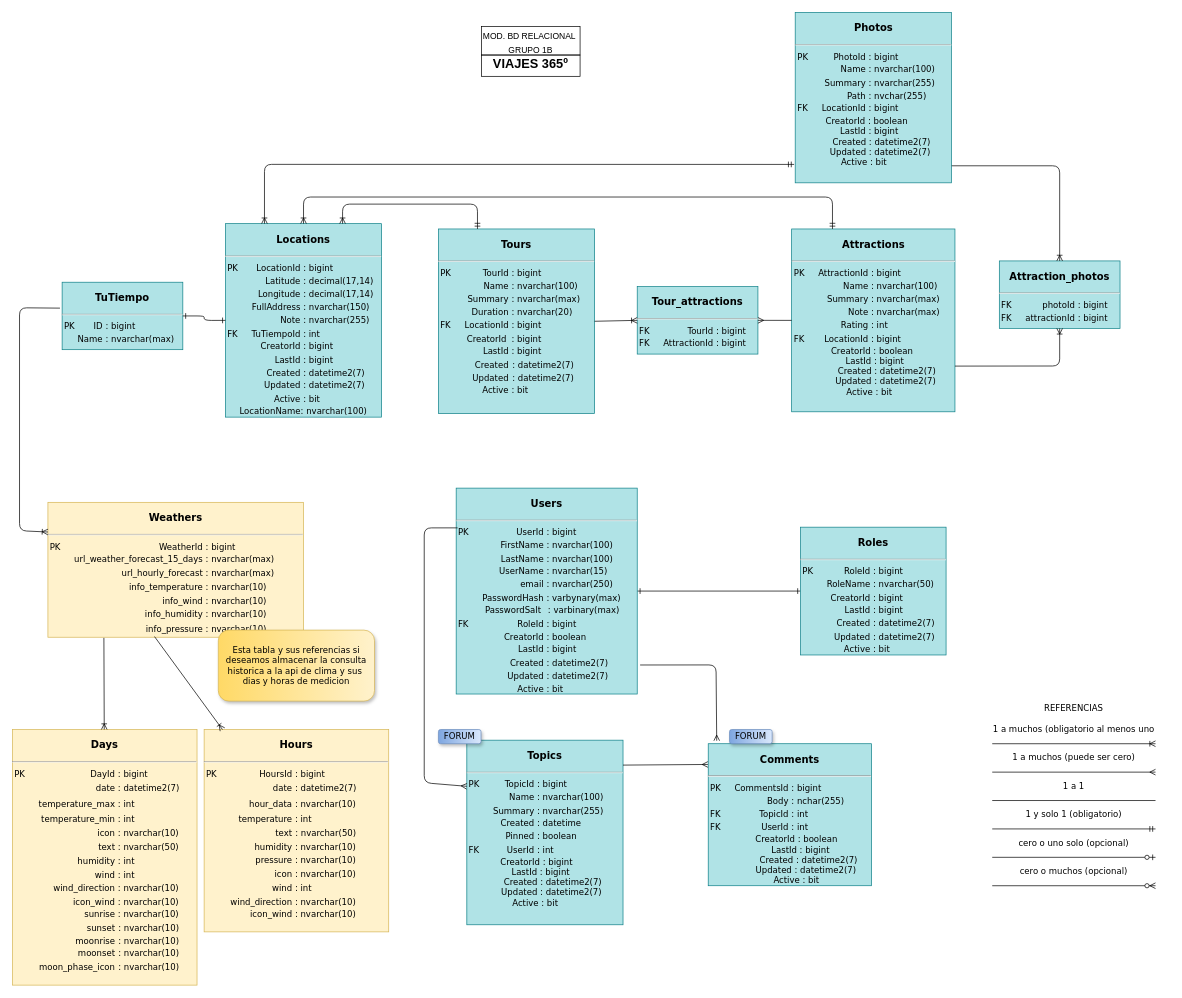
Above: viajes365-documentos/G1BS2_Viajes365_modelo_bd_relacional.drawio in classroomEntreRios/proyecto-g1b-proyecto-g1b (draw.io), before the change. Source tidied: cells renumbered, new cells numbered last; positions are measured from the earlier drawing's top-left corner, leaving out a move shared by most shapes. Both pictures are drawn from the tidied source at 71%, with x=0, y=0 at pixel (12, 12).
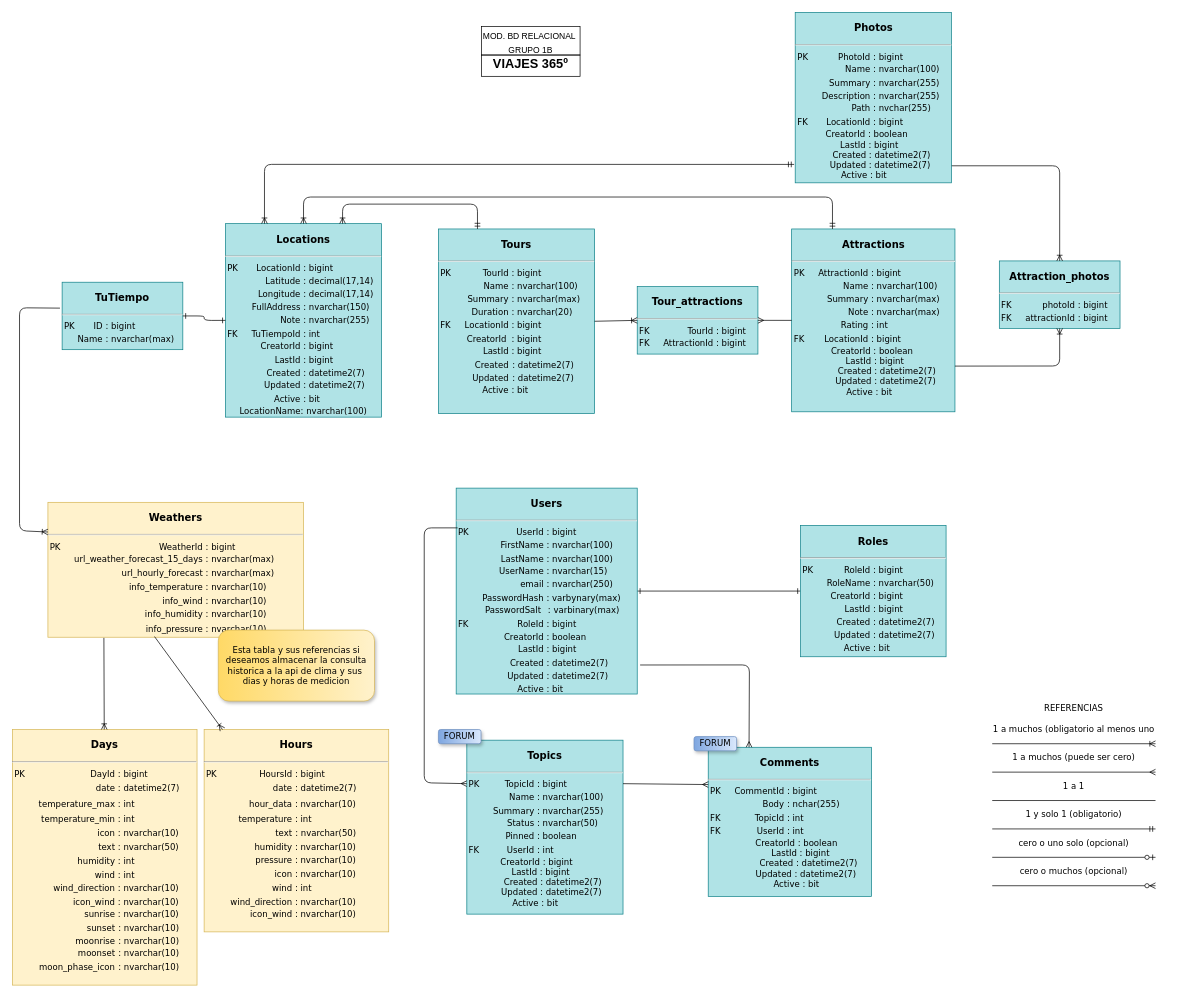
Above is the later version.

The change refers to these unchanged cells:
```xml
<mxCell id="3" value="&lt;p style=&quot;box-sizing: border-box ; width: 100% ; padding: 2px&quot;&gt;&lt;b&gt;&lt;font style=&quot;font-size: 14px&quot;&gt;Users&lt;/font&gt;&lt;/b&gt;&lt;/p&gt;&lt;hr&gt;&lt;table&gt;&lt;tbody&gt;&lt;tr&gt;&lt;td style=&quot;text-align: right ; border-collapse: collapse&quot;&gt;PK&amp;nbsp; &amp;nbsp;&amp;nbsp;&lt;/td&gt;&lt;td style=&quot;text-align: right&quot;&gt;UserId&lt;/td&gt;&lt;td style=&quot;text-align: left&quot;&gt;: bigint&lt;/td&gt;&lt;/tr&gt;&lt;tr&gt;&lt;td&gt;&lt;br&gt;&lt;/td&gt;&lt;td style=&quot;text-align: right&quot;&gt;FirstName&lt;/td&gt;&lt;td style=&quot;text-align: left&quot;&gt;: nvarchar(100)&lt;/td&gt;&lt;/tr&gt;&lt;tr&gt;&lt;td&gt;&lt;br&gt;&lt;/td&gt;&lt;td style=&quot;text-align: right&quot;&gt;LastName&lt;/td&gt;&lt;td style=&quot;text-align: left&quot;&gt;: nvarchar(100)&lt;/td&gt;&lt;/tr&gt;&lt;tr&gt;&lt;td&gt;&lt;br&gt;&lt;/td&gt;&lt;td style=&quot;text-align: right&quot;&gt;UserName&lt;/td&gt;&lt;td style=&quot;text-align: left&quot;&gt;: nvarchar(15)&lt;/td&gt;&lt;/tr&gt;&lt;tr&gt;&lt;td&gt;&lt;br&gt;&lt;/td&gt;&lt;td style=&quot;text-align: right&quot;&gt;email&lt;/td&gt;&lt;td style=&quot;text-align: left&quot;&gt;: nvarchar(250)&lt;/td&gt;&lt;/tr&gt;&lt;tr&gt;&lt;td&gt;&lt;br&gt;&lt;/td&gt;&lt;td&gt;PasswordHash&lt;/td&gt;&lt;td&gt;: varbynary(max)&lt;/td&gt;&lt;/tr&gt;&lt;tr&gt;&lt;td&gt;&lt;br&gt;&lt;/td&gt;&lt;td&gt;PasswordSalt&lt;/td&gt;&lt;td&gt;: varbinary(max)&lt;/td&gt;&lt;/tr&gt;&lt;tr&gt;&lt;td style=&quot;text-align: left&quot;&gt;FK&lt;/td&gt;&lt;td style=&quot;text-align: right&quot;&gt;RoleId&lt;/td&gt;&lt;td style=&quot;text-align: left&quot;&gt;: bigint&lt;/td&gt;&lt;/tr&gt;&lt;tr&gt;&lt;td&gt;&lt;br&gt;&lt;/td&gt;&lt;td style=&quot;text-align: right&quot;&gt;CreatorId&lt;/td&gt;&lt;td style=&quot;text-align: left&quot;&gt;: boolean&lt;/td&gt;&lt;/tr&gt;&lt;tr&gt;&lt;td style=&quot;text-align: left&quot;&gt;&lt;br&gt;&lt;/td&gt;&lt;td style=&quot;text-align: right&quot;&gt;LastId&lt;/td&gt;&lt;td style=&quot;text-align: left&quot;&gt;: bigint&lt;/td&gt;&lt;/tr&gt;&lt;tr&gt;&lt;td&gt;&lt;br&gt;&lt;/td&gt;&lt;td style=&quot;text-align: right&quot;&gt;Created&lt;/td&gt;&lt;td style=&quot;text-align: left&quot;&gt;: datetime2(7)&lt;/td&gt;&lt;/tr&gt;&lt;tr&gt;&lt;td&gt;&lt;br&gt;&lt;/td&gt;&lt;td style=&quot;text-align: right&quot;&gt;Updated&lt;/td&gt;&lt;td style=&quot;text-align: left&quot;&gt;: datetime2(7)&lt;/td&gt;&lt;/tr&gt;&lt;tr&gt;&lt;td&gt;&lt;br&gt;&lt;/td&gt;&lt;td style=&quot;text-align: right&quot;&gt;Active&lt;/td&gt;&lt;td style=&quot;text-align: left&quot;&gt;: bit&lt;/td&gt;&lt;/tr&gt;&lt;/tbody&gt;&lt;/table&gt;" style="verticalAlign=top;align=center;overflow=fill;html=1;rounded=0;shadow=0;comic=0;labelBackgroundColor=none;strokeWidth=1;fontFamily=Verdana;fontSize=12;glass=0;sketch=0;fillColor=#b0e3e6;strokeColor=#0e8088;" parent="1" vertex="1">
  <mxGeometry x="625" y="670" width="255" height="290" as="geometry" />
</mxCell>
```

What changed in the source:
```diff
@@
     <mxCell id="4" value="&lt;p style=&quot;box-sizing: border-box ; width: 100% ; padding: 2px&quot;&gt;&lt;span style=&quot;font-size: 14px&quot;&gt;&lt;b&gt;Roles&lt;/b&gt;&lt;/span&gt;&lt;/p&gt;&lt;hr&gt;&lt;table&gt;&lt;tbody&gt;&lt;tr&gt;&lt;td style=&quot;text-align: right ; border-collapse: collapse&quot;&gt;PK&amp;nbsp; &amp;nbsp;&amp;nbsp;&lt;/td&gt;&lt;td style=&quot;text-align: right&quot;&gt;RoleId&lt;/td&gt;&lt;td style=&quot;text-align: left&quot;&gt;: bigint&lt;/td&gt;&lt;/tr&gt;&lt;tr&gt;&lt;td&gt;&lt;br&gt;&lt;/td&gt;&lt;td style=&quot;text-align: right&quot;&gt;RoleName&lt;/td&gt;&lt;td style=&quot;text-align: left&quot;&gt;: nvarchar(50)&lt;/td&gt;&lt;/tr&gt;&lt;tr&gt;&lt;td&gt;&lt;br&gt;&lt;/td&gt;&lt;td style=&quot;text-align: right&quot;&gt;CreatorId&lt;/td&gt;&lt;td style=&quot;text-align: left&quot;&gt;: bigint&lt;/td&gt;&lt;/tr&gt;&lt;tr&gt;&lt;td&gt;&lt;br&gt;&lt;/td&gt;&lt;td style=&quot;text-align: right&quot;&gt;LastId&lt;/td&gt;&lt;td style=&quot;text-align: left&quot;&gt;: bigint&lt;/td&gt;&lt;/tr&gt;&lt;tr&gt;&lt;td&gt;&lt;br&gt;&lt;/td&gt;&lt;td style=&quot;text-align: right&quot;&gt;Created&lt;/td&gt;&lt;td&gt;: datetime2(7)&lt;/td&gt;&lt;/tr&gt;&lt;tr&gt;&lt;td&gt;&lt;br&gt;&lt;/td&gt;&lt;td style=&quot;text-align: right&quot;&gt;Updated&lt;/td&gt;&lt;td&gt;: datetime2(7)&lt;/td&gt;&lt;/tr&gt;&lt;tr&gt;&lt;td&gt;&lt;br&gt;&lt;/td&gt;&lt;td style=&quot;text-align: right&quot;&gt;Active&lt;/td&gt;&lt;td style=&quot;text-align: left&quot;&gt;: bit&lt;/td&gt;&lt;/tr&gt;&lt;/tbody&gt;&lt;/table&gt;" style="verticalAlign=top;align=center;overflow=fill;html=1;rounded=0;shadow=0;comic=0;labelBackgroundColor=none;strokeWidth=1;fontFamily=Verdana;fontSize=12;glass=0;sketch=0;fillColor=#b0e3e6;strokeColor=#0e8088;" parent="1" vertex="1">
-      <mxGeometry x="1110" y="725" width="205" height="180" as="geometry" />
+      <mxGeometry x="1110" y="722.5" width="205" height="185" as="geometry" />
     </mxCell>
@@
-    <mxCell id="8" value="&lt;p style=&quot;box-sizing: border-box ; width: 100% ; padding: 2px&quot;&gt;&lt;span style=&quot;font-size: 14px&quot;&gt;&lt;b&gt;Photos&lt;/b&gt;&lt;/span&gt;&lt;/p&gt;&lt;hr&gt;&lt;table&gt;&lt;tbody&gt;&lt;tr&gt;&lt;td style=&quot;text-align: right ; border-collapse: collapse&quot;&gt;PK&amp;nbsp; &amp;nbsp;&amp;nbsp;&lt;/td&gt;&lt;td style=&quot;text-align: right&quot;&gt;PhotoId&lt;/td&gt;&lt;td style=&quot;text-align: left&quot;&gt;: bigint&lt;/td&gt;&lt;/tr&gt;&lt;tr&gt;&lt;td&gt;&lt;br&gt;&lt;/td&gt;&lt;td style=&quot;text-align: right&quot;&gt;Name&lt;/td&gt;&lt;td style=&quot;text-align: left&quot;&gt;: nvarchar(100)&lt;/td&gt;&lt;/tr&gt;&lt;tr&gt;&lt;td&gt;&lt;br&gt;&lt;/td&gt;&lt;td style=&quot;text-align: right&quot;&gt;Summary&lt;/td&gt;&lt;td&gt;: nvarchar(255)&lt;/td&gt;&lt;/tr&gt;&lt;tr&gt;&lt;td&gt;&lt;br&gt;&lt;/td&gt;&lt;td style=&quot;text-align: right&quot;&gt;Path&lt;/td&gt;&lt;td style=&quot;text-align: left&quot;&gt;: nvchar(255)&lt;/td&gt;&lt;/tr&gt;&lt;tr&gt;&lt;td style=&quot;text-align: left&quot;&gt;FK&lt;/td&gt;&lt;td style=&quot;text-align: right&quot;&gt;LocationId&lt;/td&gt;&lt;td style=&quot;text-align: left&quot;&gt;: bigint&lt;/td&gt;&lt;/tr&gt;&lt;/tbody&gt;&lt;/table&gt;&amp;nbsp;CreatorId : boolean&amp;nbsp; &amp;nbsp; &amp;nbsp;&amp;nbsp;&lt;br&gt;&amp;nbsp;LastId : bigint&amp;nbsp; &amp;nbsp;&amp;nbsp;&lt;br&gt;&amp;nbsp; &amp;nbsp; &amp;nbsp; Created : datetime2(7)&lt;br&gt;&amp;nbsp; &amp;nbsp; &amp;nbsp;Updated : datetime2(7)&lt;br&gt;Active : bit&amp;nbsp; &amp;nbsp; &amp;nbsp; &amp;nbsp;" style="verticalAlign=top;align=center;overflow=fill;html=1;rounded=0;shadow=0;comic=0;labelBackgroundColor=none;strokeWidth=1;fontFamily=Verdana;fontSize=12;glass=0;sketch=0;fillColor=#b0e3e6;strokeColor=#0e8088;" parent="1" vertex="1">
+    <mxCell id="8" value="&lt;p style=&quot;box-sizing: border-box ; width: 100% ; padding: 2px&quot;&gt;&lt;span style=&quot;font-size: 14px&quot;&gt;&lt;b&gt;Photos&lt;/b&gt;&lt;/span&gt;&lt;/p&gt;&lt;hr&gt;&lt;table&gt;&lt;tbody&gt;&lt;tr&gt;&lt;td style=&quot;text-align: right ; border-collapse: collapse&quot;&gt;PK&amp;nbsp; &amp;nbsp;&amp;nbsp;&lt;/td&gt;&lt;td style=&quot;text-align: right&quot;&gt;PhotoId&lt;/td&gt;&lt;td style=&quot;text-align: left&quot;&gt;: bigint&lt;/td&gt;&lt;/tr&gt;&lt;tr&gt;&lt;td&gt;&lt;br&gt;&lt;/td&gt;&lt;td style=&quot;text-align: right&quot;&gt;Name&lt;/td&gt;&lt;td style=&quot;text-align: left&quot;&gt;: nvarchar(100)&lt;/td&gt;&lt;/tr&gt;&lt;tr&gt;&lt;td&gt;&lt;br&gt;&lt;/td&gt;&lt;td style=&quot;text-align: right&quot;&gt;Summary&lt;/td&gt;&lt;td&gt;: nvarchar(255)&lt;/td&gt;&lt;/tr&gt;&lt;tr&gt;&lt;td&gt;&lt;br&gt;&lt;/td&gt;&lt;td&gt;Description&lt;/td&gt;&lt;td style=&quot;text-align: left&quot;&gt;: nvarchar(255)&lt;/td&gt;&lt;/tr&gt;&lt;tr&gt;&lt;td&gt;&lt;br&gt;&lt;/td&gt;&lt;td style=&quot;text-align: right&quot;&gt;Path&lt;/td&gt;&lt;td style=&quot;text-align: left&quot;&gt;: nvchar(255)&lt;/td&gt;&lt;/tr&gt;&lt;tr&gt;&lt;td style=&quot;text-align: left&quot;&gt;FK&lt;/td&gt;&lt;td style=&quot;text-align: right&quot;&gt;LocationId&lt;/td&gt;&lt;td style=&quot;text-align: left&quot;&gt;: bigint&lt;/td&gt;&lt;/tr&gt;&lt;/tbody&gt;&lt;/table&gt;&amp;nbsp;CreatorId : boolean&amp;nbsp; &amp;nbsp; &amp;nbsp;&amp;nbsp;&lt;br&gt;&amp;nbsp;LastId : bigint&amp;nbsp; &amp;nbsp;&amp;nbsp;&lt;br&gt;&amp;nbsp; &amp;nbsp; &amp;nbsp; Created : datetime2(7)&lt;br&gt;&amp;nbsp; &amp;nbsp; &amp;nbsp;Updated : datetime2(7)&lt;br&gt;Active : bit&amp;nbsp; &amp;nbsp; &amp;nbsp; &amp;nbsp;" style="verticalAlign=top;align=center;overflow=fill;html=1;rounded=0;shadow=0;comic=0;labelBackgroundColor=none;strokeWidth=1;fontFamily=Verdana;fontSize=12;glass=0;sketch=0;fillColor=#b0e3e6;strokeColor=#0e8088;" parent="1" vertex="1">
       <mxGeometry x="1102.5" width="220" height="240" as="geometry" />
     </mxCell>
@@
-    <mxCell id="11" value="&lt;p style=&quot;box-sizing: border-box ; width: 100% ; padding: 2px&quot;&gt;&lt;b&gt;&lt;font style=&quot;font-size: 14px&quot;&gt;Topics&lt;/font&gt;&lt;/b&gt;&lt;/p&gt;&lt;hr&gt;&lt;table&gt;&lt;tbody&gt;&lt;tr&gt;&lt;td style=&quot;text-align: right ; border-collapse: collapse&quot;&gt;PK&amp;nbsp; &amp;nbsp;&amp;nbsp;&lt;/td&gt;&lt;td style=&quot;text-align: right&quot;&gt;TopicId&lt;/td&gt;&lt;td style=&quot;text-align: left&quot;&gt;: bigint&lt;/td&gt;&lt;/tr&gt;&lt;tr&gt;&lt;td&gt;&lt;br&gt;&lt;/td&gt;&lt;td style=&quot;text-align: right&quot;&gt;Name&lt;/td&gt;&lt;td style=&quot;text-align: left&quot;&gt;: nvarchar(100)&lt;/td&gt;&lt;/tr&gt;&lt;tr&gt;&lt;td&gt;&lt;br&gt;&lt;/td&gt;&lt;td style=&quot;text-align: right&quot;&gt;Summary&lt;/td&gt;&lt;td&gt;: nvarchar(255)&lt;/td&gt;&lt;/tr&gt;&lt;tr&gt;&lt;td style=&quot;text-align: left&quot;&gt;&lt;br&gt;&lt;/td&gt;&lt;td style=&quot;text-align: right&quot;&gt;Created&lt;/td&gt;&lt;td style=&quot;text-align: left&quot;&gt;: datetime&lt;/td&gt;&lt;/tr&gt;&lt;tr&gt;&lt;td&gt;&lt;br&gt;&lt;/td&gt;&lt;td style=&quot;text-align: right&quot;&gt;Pinned&lt;/td&gt;&lt;td style=&quot;text-align: left&quot;&gt;: boolean&lt;/td&gt;&lt;/tr&gt;&lt;tr&gt;&lt;td style=&quot;text-align: left&quot;&gt;FK&lt;/td&gt;&lt;td style=&quot;text-align: right&quot;&gt;UserId&lt;/td&gt;&lt;td style=&quot;text-align: left&quot;&gt;: int&lt;/td&gt;&lt;/tr&gt;&lt;/tbody&gt;&lt;/table&gt;CreatorId : bigint&amp;nbsp; &amp;nbsp; &amp;nbsp;&amp;nbsp;&lt;br&gt;&amp;nbsp;LastId : bigint&amp;nbsp; &amp;nbsp;&amp;nbsp;&lt;br&gt;&amp;nbsp; &amp;nbsp; &amp;nbsp; Created : datetime2(7)&lt;br&gt;&amp;nbsp; &amp;nbsp; &amp;nbsp;Updated : datetime2(7)&lt;br&gt;Active : bit&amp;nbsp; &amp;nbsp; &amp;nbsp; &amp;nbsp;" style="verticalAlign=top;align=center;overflow=fill;html=1;rounded=0;shadow=0;comic=0;labelBackgroundColor=none;strokeWidth=1;fontFamily=Verdana;fontSize=12;glass=0;sketch=0;fillColor=#b0e3e6;strokeColor=#0e8088;direction=west;" parent="1" vertex="1">
-      <mxGeometry x="640" y="1025" width="220" height="260" as="geometry" />
+    <mxCell id="11" value="&lt;p style=&quot;box-sizing: border-box ; width: 100% ; padding: 2px&quot;&gt;&lt;b&gt;&lt;font style=&quot;font-size: 14px&quot;&gt;Topics&lt;/font&gt;&lt;/b&gt;&lt;/p&gt;&lt;hr&gt;&lt;table&gt;&lt;tbody&gt;&lt;tr&gt;&lt;td style=&quot;text-align: right ; border-collapse: collapse&quot;&gt;PK&amp;nbsp; &amp;nbsp;&amp;nbsp;&lt;/td&gt;&lt;td style=&quot;text-align: right&quot;&gt;TopicId&lt;/td&gt;&lt;td style=&quot;text-align: left&quot;&gt;: bigint&lt;/td&gt;&lt;/tr&gt;&lt;tr&gt;&lt;td&gt;&lt;br&gt;&lt;/td&gt;&lt;td style=&quot;text-align: right&quot;&gt;Name&lt;/td&gt;&lt;td style=&quot;text-align: left&quot;&gt;: nvarchar(100)&lt;/td&gt;&lt;/tr&gt;&lt;tr&gt;&lt;td&gt;&lt;br&gt;&lt;/td&gt;&lt;td style=&quot;text-align: right&quot;&gt;Summary&lt;/td&gt;&lt;td&gt;: nvarchar(255)&lt;/td&gt;&lt;/tr&gt;&lt;tr&gt;&lt;td style=&quot;text-align: left&quot;&gt;&lt;br&gt;&lt;/td&gt;&lt;td style=&quot;text-align: right&quot;&gt;Status&lt;/td&gt;&lt;td style=&quot;text-align: left&quot;&gt;: nvarchar(50)&lt;/td&gt;&lt;/tr&gt;&lt;tr&gt;&lt;td&gt;&lt;br&gt;&lt;/td&gt;&lt;td style=&quot;text-align: right&quot;&gt;Pinned&lt;/td&gt;&lt;td style=&quot;text-align: left&quot;&gt;: boolean&lt;/td&gt;&lt;/tr&gt;&lt;tr&gt;&lt;td style=&quot;text-align: left&quot;&gt;FK&lt;/td&gt;&lt;td style=&quot;text-align: right&quot;&gt;UserId&lt;/td&gt;&lt;td style=&quot;text-align: left&quot;&gt;: int&lt;/td&gt;&lt;/tr&gt;&lt;/tbody&gt;&lt;/table&gt;CreatorId : bigint&amp;nbsp; &amp;nbsp; &amp;nbsp;&amp;nbsp;&lt;br&gt;&amp;nbsp;LastId : bigint&amp;nbsp; &amp;nbsp;&amp;nbsp;&lt;br&gt;&amp;nbsp; &amp;nbsp; &amp;nbsp; Created : datetime2(7)&lt;br&gt;&amp;nbsp; &amp;nbsp; &amp;nbsp;Updated : datetime2(7)&lt;br&gt;Active : bit&amp;nbsp; &amp;nbsp; &amp;nbsp; &amp;nbsp;" style="verticalAlign=top;align=center;overflow=fill;html=1;rounded=0;shadow=0;comic=0;labelBackgroundColor=none;strokeWidth=1;fontFamily=Verdana;fontSize=12;glass=0;sketch=0;fillColor=#b0e3e6;strokeColor=#0e8088;direction=west;" parent="1" vertex="1">
+      <mxGeometry x="640" y="1025" width="220" height="245" as="geometry" />
     </mxCell>
-    <mxCell id="12" value="&lt;p style=&quot;box-sizing: border-box ; width: 100% ; padding: 2px&quot;&gt;&lt;b&gt;&lt;font style=&quot;font-size: 14px&quot;&gt;Comments&lt;/font&gt;&lt;/b&gt;&lt;/p&gt;&lt;hr&gt;&lt;table&gt;&lt;tbody&gt;&lt;tr&gt;&lt;td style=&quot;text-align: right ; border-collapse: collapse&quot;&gt;PK&amp;nbsp; &amp;nbsp;&amp;nbsp;&lt;/td&gt;&lt;td style=&quot;text-align: right&quot;&gt;CommentsId&lt;/td&gt;&lt;td style=&quot;text-align: left&quot;&gt;: bigint&lt;/td&gt;&lt;/tr&gt;&lt;tr&gt;&lt;td&gt;&lt;br&gt;&lt;/td&gt;&lt;td style=&quot;text-align: right&quot;&gt;Body&lt;/td&gt;&lt;td style=&quot;text-align: left&quot;&gt;: nchar(255)&lt;/td&gt;&lt;/tr&gt;&lt;tr&gt;&lt;td style=&quot;text-align: left&quot;&gt;FK&lt;/td&gt;&lt;td style=&quot;text-align: right&quot;&gt;TopicId&lt;/td&gt;&lt;td style=&quot;text-align: left&quot;&gt;: int&lt;/td&gt;&lt;/tr&gt;&lt;tr&gt;&lt;td style=&quot;text-align: left&quot;&gt;FK&lt;/td&gt;&lt;td style=&quot;text-align: right&quot;&gt;UserId&lt;/td&gt;&lt;td style=&quot;text-align: left&quot;&gt;: int&lt;/td&gt;&lt;/tr&gt;&lt;/tbody&gt;&lt;/table&gt;&amp;nbsp; &amp;nbsp; &amp;nbsp; &amp;nbsp; &amp;nbsp; &amp;nbsp; &amp;nbsp; CreatorId : boolean&amp;nbsp; &amp;nbsp; &amp;nbsp; &amp;nbsp; &amp;nbsp;&lt;br&gt;&amp;nbsp; &amp;nbsp; &amp;nbsp; &amp;nbsp; &amp;nbsp; &amp;nbsp; &amp;nbsp; &amp;nbsp;LastId : bigint&amp;nbsp; &amp;nbsp; &amp;nbsp; &amp;nbsp;&lt;br&gt;&amp;nbsp; &amp;nbsp; &amp;nbsp; &amp;nbsp; &amp;nbsp; &amp;nbsp; &amp;nbsp; &amp;nbsp; &amp;nbsp;Created : datetime2(7)&amp;nbsp; &amp;nbsp;&lt;br&gt;&amp;nbsp; &amp;nbsp; &amp;nbsp; &amp;nbsp; &amp;nbsp; &amp;nbsp; &amp;nbsp; &amp;nbsp; Updated : datetime2(7)&amp;nbsp; &amp;nbsp;&amp;nbsp;&lt;br&gt;&amp;nbsp; &amp;nbsp; &amp;nbsp; &amp;nbsp; &amp;nbsp; &amp;nbsp; &amp;nbsp;Active : bit&amp;nbsp; &amp;nbsp; &amp;nbsp; &amp;nbsp;&amp;nbsp;" style="verticalAlign=top;align=center;overflow=fill;html=1;rounded=0;shadow=0;comic=0;labelBackgroundColor=none;strokeWidth=1;fontFamily=Verdana;fontSize=12;glass=0;sketch=0;fillColor=#b0e3e6;strokeColor=#0e8088;direction=east;" parent="1" vertex="1">
-      <mxGeometry x="980" y="1030" width="230" height="200" as="geometry" />
+    <mxCell id="12" value="&lt;p style=&quot;box-sizing: border-box ; width: 100% ; padding: 2px&quot;&gt;&lt;b&gt;&lt;font style=&quot;font-size: 14px&quot;&gt;Comments&lt;/font&gt;&lt;/b&gt;&lt;/p&gt;&lt;hr&gt;&lt;table&gt;&lt;tbody&gt;&lt;tr&gt;&lt;td style=&quot;text-align: right ; border-collapse: collapse&quot;&gt;PK&amp;nbsp; &amp;nbsp;&amp;nbsp;&lt;/td&gt;&lt;td style=&quot;text-align: right&quot;&gt;CommentId&lt;/td&gt;&lt;td style=&quot;text-align: left&quot;&gt;: bigint&lt;/td&gt;&lt;/tr&gt;&lt;tr&gt;&lt;td&gt;&lt;br&gt;&lt;/td&gt;&lt;td style=&quot;text-align: right&quot;&gt;Body&lt;/td&gt;&lt;td style=&quot;text-align: left&quot;&gt;: nchar(255)&lt;/td&gt;&lt;/tr&gt;&lt;tr&gt;&lt;td style=&quot;text-align: left&quot;&gt;FK&lt;/td&gt;&lt;td style=&quot;text-align: right&quot;&gt;TopicId&lt;/td&gt;&lt;td style=&quot;text-align: left&quot;&gt;: int&lt;/td&gt;&lt;/tr&gt;&lt;tr&gt;&lt;td style=&quot;text-align: left&quot;&gt;FK&lt;/td&gt;&lt;td style=&quot;text-align: right&quot;&gt;UserId&lt;/td&gt;&lt;td style=&quot;text-align: left&quot;&gt;: int&lt;/td&gt;&lt;/tr&gt;&lt;/tbody&gt;&lt;/table&gt;&amp;nbsp; &amp;nbsp; &amp;nbsp; &amp;nbsp; &amp;nbsp; &amp;nbsp; &amp;nbsp; CreatorId : boolean&amp;nbsp; &amp;nbsp; &amp;nbsp; &amp;nbsp; &amp;nbsp;&lt;br&gt;&amp;nbsp; &amp;nbsp; &amp;nbsp; &amp;nbsp; &amp;nbsp; &amp;nbsp; &amp;nbsp; &amp;nbsp;LastId : bigint&amp;nbsp; &amp;nbsp; &amp;nbsp; &amp;nbsp;&lt;br&gt;&amp;nbsp; &amp;nbsp; &amp;nbsp; &amp;nbsp; &amp;nbsp; &amp;nbsp; &amp;nbsp; &amp;nbsp; &amp;nbsp;Created : datetime2(7)&amp;nbsp; &amp;nbsp;&lt;br&gt;&amp;nbsp; &amp;nbsp; &amp;nbsp; &amp;nbsp; &amp;nbsp; &amp;nbsp; &amp;nbsp; &amp;nbsp; Updated : datetime2(7)&amp;nbsp; &amp;nbsp;&amp;nbsp;&lt;br&gt;&amp;nbsp; &amp;nbsp; &amp;nbsp; &amp;nbsp; &amp;nbsp; &amp;nbsp; &amp;nbsp;Active : bit&amp;nbsp; &amp;nbsp; &amp;nbsp; &amp;nbsp;&amp;nbsp;" style="verticalAlign=top;align=center;overflow=fill;html=1;rounded=0;shadow=0;comic=0;labelBackgroundColor=none;strokeWidth=1;fontFamily=Verdana;fontSize=12;glass=0;sketch=0;fillColor=#b0e3e6;strokeColor=#0e8088;direction=east;" parent="1" vertex="1">
+      <mxGeometry x="980" y="1035" width="230" height="210" as="geometry" />
     </mxCell>
-    <mxCell id="13" style="endArrow=ERmany;html=1;fontFamily=Verdana;exitX=0;exitY=0.865;exitDx=0;exitDy=0;entryX=-0.002;entryY=0.146;entryDx=0;entryDy=0;endFill=0;entryPerimeter=0;exitPerimeter=0;" parent="1" edge="1" source="11" target="12">
+    <mxCell id="13" style="endArrow=ERmany;html=1;fontFamily=Verdana;exitX=0;exitY=0.75;exitDx=0;exitDy=0;entryX=0;entryY=0.25;entryDx=0;entryDy=0;endFill=0;" parent="1" edge="1" source="11" target="12">
       <mxGeometry relative="1" as="geometry" />
     </mxCell>
@@
-    <mxCell id="24" style="endArrow=ERmany;html=1;fontFamily=Verdana;exitX=1.016;exitY=0.859;exitDx=0;exitDy=0;endFill=0;exitPerimeter=0;entryX=0.052;entryY=-0.021;entryDx=0;entryDy=0;entryPerimeter=0;" parent="1" edge="1" source="3" target="12">
+    <mxCell id="24" style="endArrow=ERmany;html=1;fontFamily=Verdana;exitX=1.016;exitY=0.859;exitDx=0;exitDy=0;endFill=0;exitPerimeter=0;entryX=0.25;entryY=0;entryDx=0;entryDy=0;" parent="1" edge="1" source="3" target="12">
       <mxGeometry relative="1" as="geometry">
         <Array as="points">
-          <mxPoint x="991" y="919" />
+          <mxPoint x="1038" y="919" />
         </Array>
       </mxGeometry>
     </mxCell>
@@
     <mxCell id="27" value="FORUM" style="text;html=1;fillColor=#dae8fc;align=center;verticalAlign=middle;whiteSpace=wrap;rounded=1;shadow=1;glass=0;comic=0;sketch=0;fontFamily=Verdana;strokeColor=#6c8ebf;gradientDirection=west;gradientColor=#7ea6e0;" parent="1" vertex="1">
-      <mxGeometry x="1010" y="1010" width="60" height="20" as="geometry" />
+      <mxGeometry x="960" y="1020" width="60" height="20" as="geometry" />
     </mxCell>
```
